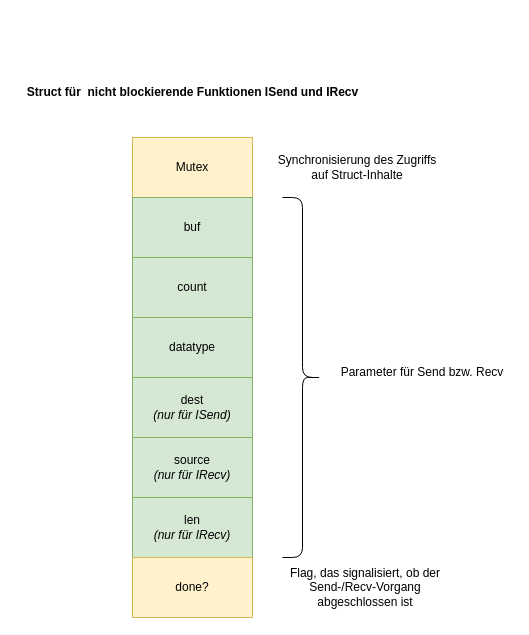
Earlier version of the draw.io diagram docs/Struct_ISend_IRecv.drawio (Thomas12141/Betriebssysteme_Praktikum). Source tidied: cells renumbered, new cells numbered last; positions are measured from the earlier drawing's top-left corner, leaving out a move shared by most shapes. Both pictures are drawn from the tidied source at 100%, with x=0, y=0 at pixel (17, 77).
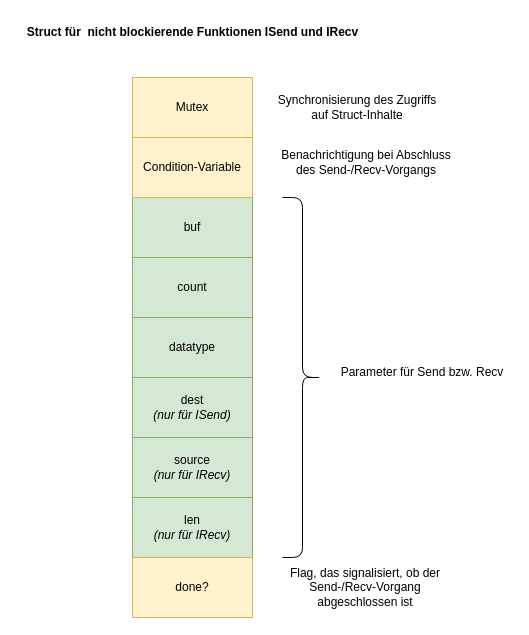
After the change.

Commit message (it also covers changes not shown here):
Add condition variable to struct and implement OSMP_Wait

The edit, as a diff of the source:
```diff
@@
 <mxGraphModel>
   <root>
     <mxCell id="0" />
     <mxCell id="1" parent="0" />
     <mxCell id="2" value="Mutex" style="rounded=0;whiteSpace=wrap;html=1;fillColor=#fff2cc;strokeColor=#d6b656;" parent="1" vertex="1">
-      <mxGeometry x="115" y="60" width="120" height="60" as="geometry" />
+      <mxGeometry x="115" width="120" height="60" as="geometry" />
     </mxCell>
     <mxCell id="3" value="buf" style="rounded=0;whiteSpace=wrap;html=1;fillColor=#d5e8d4;strokeColor=#82b366;" parent="1" vertex="1">
       <mxGeometry x="115" y="120" width="120" height="60" as="geometry" />
     </mxCell>
     <mxCell id="4" value="count" style="rounded=0;whiteSpace=wrap;html=1;fillColor=#d5e8d4;strokeColor=#82b366;" parent="1" vertex="1">
       <mxGeometry x="115" y="180" width="120" height="60" as="geometry" />
     </mxCell>
     <mxCell id="5" value="datatype" style="rounded=0;whiteSpace=wrap;html=1;fillColor=#d5e8d4;strokeColor=#82b366;" parent="1" vertex="1">
       <mxGeometry x="115" y="240" width="120" height="60" as="geometry" />
     </mxCell>
     <mxCell id="6" value="dest&lt;br&gt;&lt;i&gt;(nur für ISend)&lt;/i&gt;" style="rounded=0;whiteSpace=wrap;html=1;fillColor=#d5e8d4;strokeColor=#82b366;" parent="1" vertex="1">
       <mxGeometry x="115" y="300" width="120" height="60" as="geometry" />
     </mxCell>
     <mxCell id="7" value="source&lt;br&gt;&lt;i&gt;(nur für IRecv)&lt;/i&gt;" style="rounded=0;whiteSpace=wrap;html=1;fillColor=#d5e8d4;strokeColor=#82b366;" parent="1" vertex="1">
       <mxGeometry x="115" y="360" width="120" height="60" as="geometry" />
     </mxCell>
     <mxCell id="8" value="len&lt;br&gt;&lt;i&gt;(nur für IRecv)&lt;/i&gt;" style="rounded=0;whiteSpace=wrap;html=1;fillColor=#d5e8d4;strokeColor=#82b366;" parent="1" vertex="1">
       <mxGeometry x="115" y="420" width="120" height="60" as="geometry" />
     </mxCell>
     <mxCell id="9" style="shape=curlyBracket;whiteSpace=wrap;html=1;rounded=1;flipH=1;labelPosition=right;verticalLabelPosition=middle;align=left;verticalAlign=middle;" parent="1" vertex="1">
       <mxGeometry x="265" y="120" width="40" height="360" as="geometry" />
     </mxCell>
     <mxCell id="10" value="Synchronisierung des Zugriffs auf Struct-Inhalte" style="text;html=1;strokeColor=none;fillColor=none;align=center;verticalAlign=middle;whiteSpace=wrap;rounded=0;" parent="1" vertex="1">
-      <mxGeometry x="250" y="75" width="180" height="30" as="geometry" />
+      <mxGeometry x="250" y="15" width="180" height="30" as="geometry" />
     </mxCell>
     <mxCell id="11" value="Parameter für Send bzw. Recv" style="text;html=1;strokeColor=none;fillColor=none;align=center;verticalAlign=middle;whiteSpace=wrap;rounded=0;" parent="1" vertex="1">
       <mxGeometry x="315" y="280" width="180" height="30" as="geometry" />
     </mxCell>
     <mxCell id="12" value="&lt;b&gt;Struct für&amp;nbsp; nicht blockierende Funktionen ISend und IRecv&lt;/b&gt;" style="text;html=1;align=center;verticalAlign=middle;strokeColor=none;fillColor=none;" parent="1" vertex="1">
-      <mxGeometry width="350" height="30" as="geometry" />
+      <mxGeometry y="-60" width="350" height="30" as="geometry" />
     </mxCell>
     <mxCell id="13" value="done?" style="rounded=0;whiteSpace=wrap;html=1;fillColor=#fff2cc;strokeColor=#d6b656;" parent="1" vertex="1">
       <mxGeometry x="115" y="480" width="120" height="60" as="geometry" />
     </mxCell>
     <mxCell id="14" value="Flag, das signalisiert, ob der Send-/Recv-Vorgang abgeschlossen ist" style="text;html=1;strokeColor=none;fillColor=none;align=center;verticalAlign=middle;whiteSpace=wrap;rounded=0;" parent="1" vertex="1">
       <mxGeometry x="250" y="495" width="196" height="30" as="geometry" />
     </mxCell>
+    <mxCell id="15" value="Condition-Variable" style="rounded=0;whiteSpace=wrap;html=1;fillColor=#fff2cc;strokeColor=#d6b656;" parent="1" vertex="1">
+      <mxGeometry x="115" y="60" width="120" height="60" as="geometry" />
+    </mxCell>
+    <mxCell id="16" value="Benachrichtigung bei Abschluss des Send-/Recv-Vorgangs" style="text;html=1;strokeColor=none;fillColor=none;align=center;verticalAlign=middle;whiteSpace=wrap;rounded=0;" parent="1" vertex="1">
+      <mxGeometry x="259" y="70" width="180" height="30" as="geometry" />
+    </mxCell>
   </root>
 </mxGraphModel>
```
